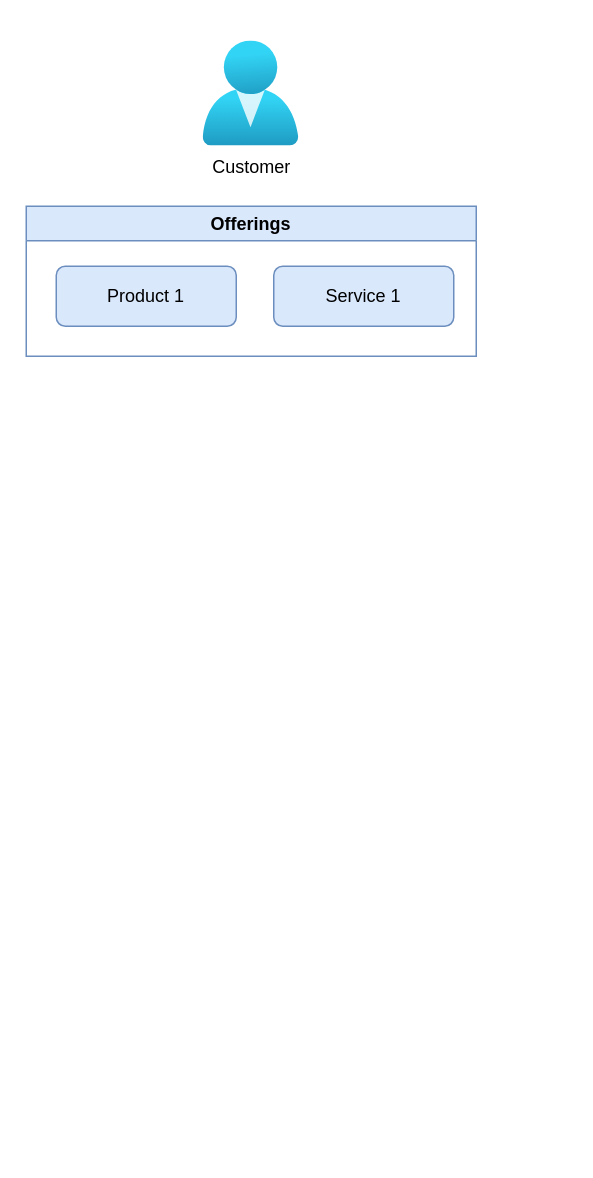
This is model/high-level-architecture.drawio from pvlasov/demo-drawio-semantic-mapping, a draw.io file, before an edit. Source tidied: cells renumbered, new cells numbered last; positions are measured from the earlier drawing's top-left corner, leaving out a move shared by most shapes. Both pictures are drawn from the tidied source at 150%, with x=0, y=0 at pixel (26, 40).
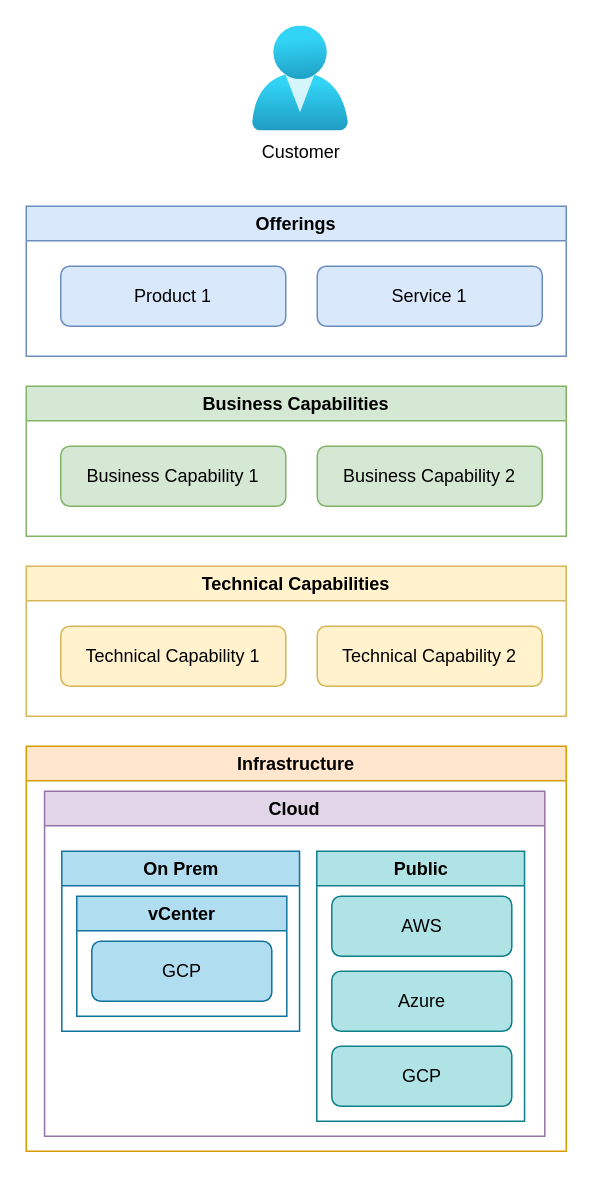
After the change.

Commit message (it also covers changes not shown here):
Loads business capability 1.

Change to the diagram source:
```diff
@@
     <mxCell id="2" value="Customer" style="html=1;align=center;image;fontSize=12;image=img/lib/azure2/identity/Users.svg;" parent="1" vertex="1">
-      <mxGeometry x="118" width="64" height="70" as="geometry" />
+      <mxGeometry x="151" y="-10" width="64" height="70" as="geometry" />
     </mxCell>
     <mxCell id="3" value="Offerings" style="swimlane;fillColor=#dae8fc;strokeColor=#6c8ebf;" parent="1" vertex="1">
-      <mxGeometry y="110" width="300" height="100" as="geometry" />
+      <mxGeometry y="110" width="360" height="100" as="geometry" />
     </mxCell>
     <mxCell id="4" value="Product 1" style="rounded=1;whiteSpace=wrap;html=1;fillColor=#dae8fc;strokeColor=#6c8ebf;" parent="3" vertex="1">
-      <mxGeometry x="20" y="40" width="120" height="40" as="geometry" />
+      <mxGeometry x="23" y="40" width="150" height="40" as="geometry" />
     </mxCell>
     <mxCell id="5" value="Service 1" style="rounded=1;whiteSpace=wrap;html=1;fillColor=#dae8fc;strokeColor=#6c8ebf;" parent="3" vertex="1">
-      <mxGeometry x="165" y="40" width="120" height="40" as="geometry" />
+      <mxGeometry x="194" y="40" width="150" height="40" as="geometry" />
     </mxCell>
+    <mxCell id="6" value="Business Capabilities" style="swimlane;fillColor=#d5e8d4;strokeColor=#82b366;" parent="1" vertex="1">
+      <mxGeometry y="230" width="360" height="100" as="geometry" />
+    </mxCell>
+    <mxCell id="7" value="Business Capability 1" style="rounded=1;whiteSpace=wrap;html=1;fillColor=#d5e8d4;strokeColor=#82b366;" parent="6" vertex="1">
+      <mxGeometry x="23" y="40" width="150" height="40" as="geometry" />
+    </mxCell>
+    <mxCell id="8" value="Business Capability 2" style="rounded=1;whiteSpace=wrap;html=1;fillColor=#d5e8d4;strokeColor=#82b366;" parent="6" vertex="1">
+      <mxGeometry x="194" y="40" width="150" height="40" as="geometry" />
+    </mxCell>
+    <mxCell id="9" value="Technical Capabilities" style="swimlane;fillColor=#fff2cc;strokeColor=#d6b656;" parent="1" vertex="1">
+      <mxGeometry y="350" width="360" height="100" as="geometry" />
+    </mxCell>
+    <mxCell id="10" value="Technical Capability 1" style="rounded=1;whiteSpace=wrap;html=1;fillColor=#fff2cc;strokeColor=#d6b656;" parent="9" vertex="1">
+      <mxGeometry x="23" y="40" width="150" height="40" as="geometry" />
+    </mxCell>
+    <mxCell id="11" value="Technical Capability 2" style="rounded=1;whiteSpace=wrap;html=1;fillColor=#fff2cc;strokeColor=#d6b656;" parent="9" vertex="1">
+      <mxGeometry x="194" y="40" width="150" height="40" as="geometry" />
+    </mxCell>
+    <mxCell id="12" value="Infrastructure" style="swimlane;fillColor=#ffe6cc;strokeColor=#d79b00;" parent="1" vertex="1">
+      <mxGeometry y="470" width="360" height="270" as="geometry" />
+    </mxCell>
+    <mxCell id="13" value="Cloud" style="swimlane;whiteSpace=wrap;html=1;fillColor=#e1d5e7;strokeColor=#9673a6;" parent="12" vertex="1">
+      <mxGeometry x="12.2" y="30" width="333.5" height="230" as="geometry" />
+    </mxCell>
+    <mxCell id="14" value="On Prem" style="swimlane;whiteSpace=wrap;html=1;fillColor=#b1ddf0;strokeColor=#10739e;" parent="13" vertex="1">
+      <mxGeometry x="11.5" y="40" width="158.5" height="120" as="geometry" />
+    </mxCell>
+    <mxCell id="15" value="vCenter" style="swimlane;whiteSpace=wrap;html=1;fillColor=#b1ddf0;strokeColor=#10739e;" parent="14" vertex="1">
+      <mxGeometry x="10" y="30" width="140" height="80" as="geometry" />
+    </mxCell>
+    <mxCell id="16" value="GCP" style="rounded=1;whiteSpace=wrap;html=1;fillColor=#b1ddf0;strokeColor=#10739e;" parent="15" vertex="1">
+      <mxGeometry x="10" y="30" width="120" height="40" as="geometry" />
+    </mxCell>
+    <mxCell id="17" value="Public" style="swimlane;whiteSpace=wrap;html=1;fillColor=#b0e3e6;strokeColor=#0e8088;" parent="13" vertex="1">
+      <mxGeometry x="181.5" y="40" width="138.5" height="180" as="geometry" />
+    </mxCell>
+    <mxCell id="18" value="Azure" style="rounded=1;whiteSpace=wrap;html=1;fillColor=#b0e3e6;strokeColor=#0e8088;" parent="17" vertex="1">
+      <mxGeometry x="10" y="80" width="120" height="40" as="geometry" />
+    </mxCell>
+    <mxCell id="19" value="AWS" style="rounded=1;whiteSpace=wrap;html=1;fillColor=#b0e3e6;strokeColor=#0e8088;" parent="17" vertex="1">
+      <mxGeometry x="10" y="30" width="120" height="40" as="geometry" />
+    </mxCell>
+    <mxCell id="20" value="GCP" style="rounded=1;whiteSpace=wrap;html=1;fillColor=#b0e3e6;strokeColor=#0e8088;" parent="17" vertex="1">
+      <mxGeometry x="10" y="130" width="120" height="40" as="geometry" />
+    </mxCell>
```
